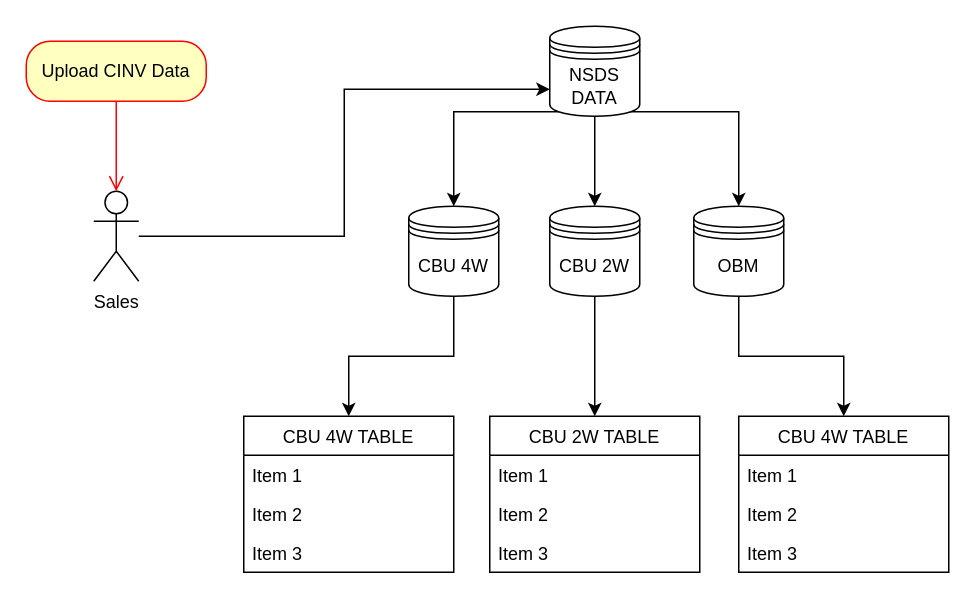
This is Sistem 4W Diagram Table.drawio from 1000pilar/import-system-ii, a draw.io file, before an edit. Source tidied: cells renumbered, new cells numbered last; positions are measured from the earlier drawing's top-left corner, leaving out a move shared by most shapes. Both pictures are drawn from the tidied source at 150%, with x=0, y=0 at pixel (26, 26).
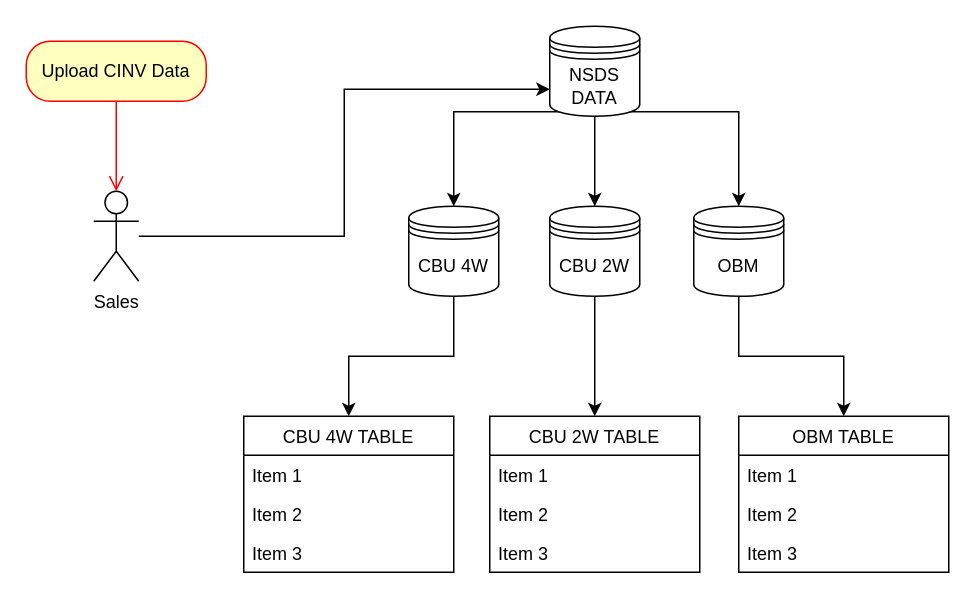
After the change.

What changed in the source:
```diff
@@
-    <mxCell id="20" value="CBU 4W TABLE" style="swimlane;fontStyle=0;horizontal=1;startSize=26;fillColor=none;" parent="1" vertex="1">
+    <mxCell id="20" value="OBM TABLE" style="swimlane;fontStyle=0;horizontal=1;startSize=26;fillColor=none;" parent="1" vertex="1">
       <mxGeometry x="475" y="260" width="140" height="104" as="geometry" />
     </mxCell>
```
